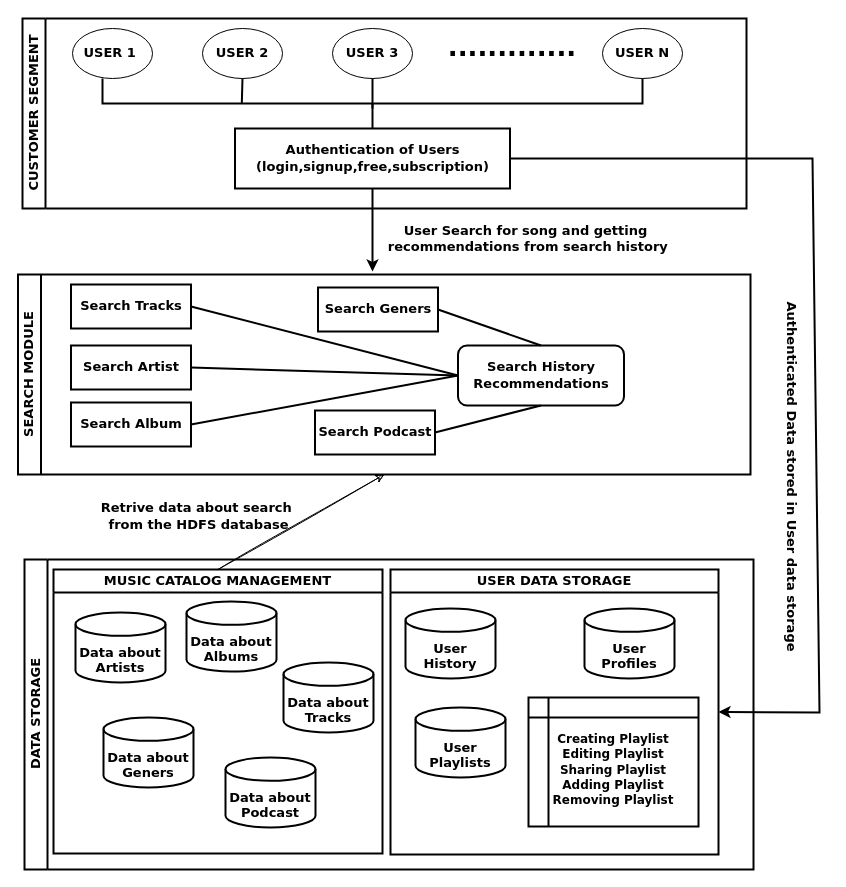
ChanumoluGayathri/System_Design keeps this draw.io diagram as moksha_spotify.drawio. Above is the earlier version. Source tidied: cells renumbered, new cells numbered last; positions are measured from the earlier drawing's top-left corner, leaving out a move shared by most shapes. Both pictures are drawn from the tidied source at 100%, with x=0, y=0 at pixel (18, 18).
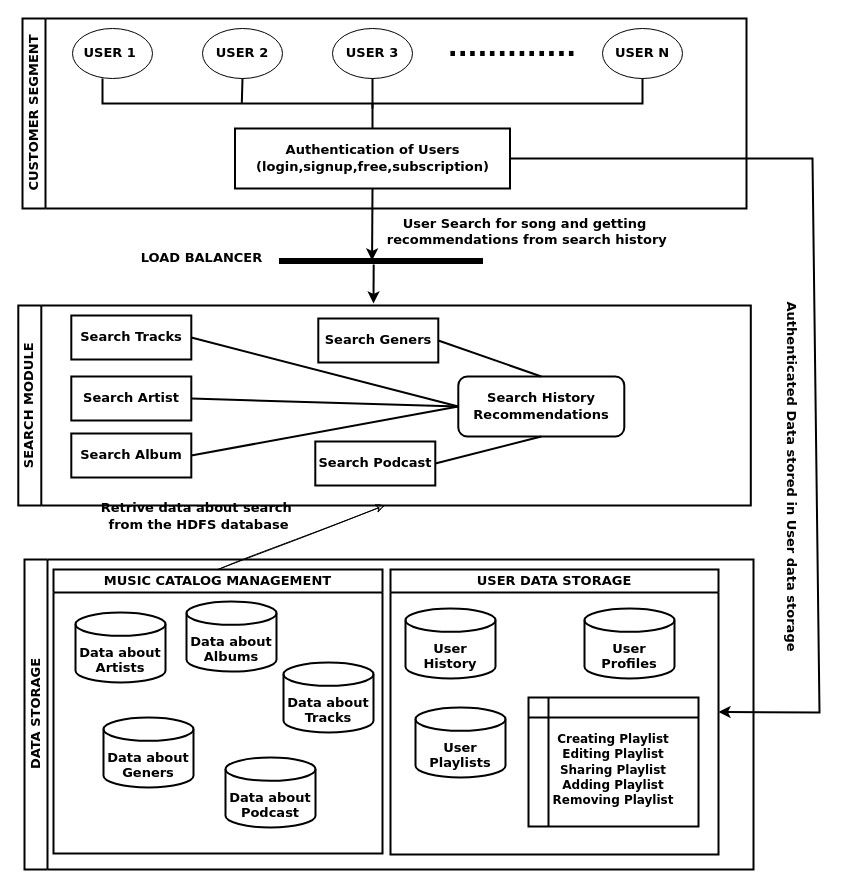
After the change.

The change refers to these unchanged cells:
```xml
<mxCell id="10" value="&lt;font style=&quot;font-size: 13px;&quot; face=&quot;Verdana&quot;&gt;&lt;b&gt;Authentication of Users&lt;/b&gt;&lt;/font&gt;&lt;div&gt;&lt;font style=&quot;font-size: 13px;&quot; face=&quot;Verdana&quot;&gt;&lt;b&gt;(login,signup,free,subscription)&lt;/b&gt;&lt;/font&gt;&lt;/div&gt;" style="rounded=0;whiteSpace=wrap;html=1;hachureGap=4;fontFamily=Architects Daughter;strokeWidth=2;" parent="1" vertex="1">
  <mxGeometry x="216.5" y="110" width="275" height="60" as="geometry" />
</mxCell>
```

Change to the diagram source:
```diff
@@
     <mxCell id="24" value="&lt;font face=&quot;Verdana&quot;&gt;&lt;span style=&quot;font-size: 13px;&quot;&gt;SEARCH MODULE&lt;/span&gt;&lt;/font&gt;" style="swimlane;horizontal=0;whiteSpace=wrap;html=1;hachureGap=4;fontFamily=Architects Daughter;strokeWidth=2;" parent="1" vertex="1">
-      <mxGeometry x="-0.5" y="256" width="732.5" height="200" as="geometry" />
+      <mxGeometry x="-0.2" y="287" width="732.5" height="200" as="geometry" />
     </mxCell>
@@
-    <mxCell id="36" style="endArrow=classic;html=1;rounded=0;hachureGap=4;fontFamily=Architects Daughter;exitX=0.5;exitY=1;exitDx=0;exitDy=0;strokeWidth=2;" parent="1" edge="1" source="10">
-      <mxGeometry relative="1" as="geometry">
-        <mxPoint x="354" y="253" as="targetPoint" />
-      </mxGeometry>
+    <mxCell id="36" style="endArrow=classic;html=1;rounded=0;hachureGap=4;fontFamily=Architects Daughter;exitX=0.5;exitY=1;exitDx=0;exitDy=0;strokeWidth=2;entryX=0.4;entryY=0.544;entryDx=0;entryDy=0;entryPerimeter=0;" parent="1" edge="1" source="10" target="42">
+      <mxGeometry relative="1" as="geometry" />
     </mxCell>
@@
+    <mxCell id="42" style="html=1;points=[];perimeter=orthogonalPerimeter;fillColor=strokeColor;hachureGap=4;fontFamily=Architects Daughter;direction=south;" parent="1" vertex="1">
+      <mxGeometry x="261" y="240" width="203" height="5" as="geometry" />
+    </mxCell>
+    <mxCell id="43" value="&lt;b&gt;&lt;font style=&quot;font-size: 13px;&quot; face=&quot;Verdana&quot;&gt;LOAD BALANCER&lt;/font&gt;&lt;/b&gt;" style="text;html=1;align=center;verticalAlign=middle;strokeColor=none;fillColor=none;fontFamily=Architects Daughter;" parent="1" vertex="1">
+      <mxGeometry x="112" y="225" width="141" height="29" as="geometry" />
+    </mxCell>
+    <mxCell id="44" style="endArrow=classic;html=1;rounded=0;hachureGap=4;fontFamily=Architects Daughter;exitX=1.2;exitY=0.536;exitDx=0;exitDy=0;exitPerimeter=0;strokeWidth=2;" parent="1" edge="1" source="42">
+      <mxGeometry relative="1" as="geometry">
+        <mxPoint x="355" y="285" as="targetPoint" />
+      </mxGeometry>
+    </mxCell>
```
